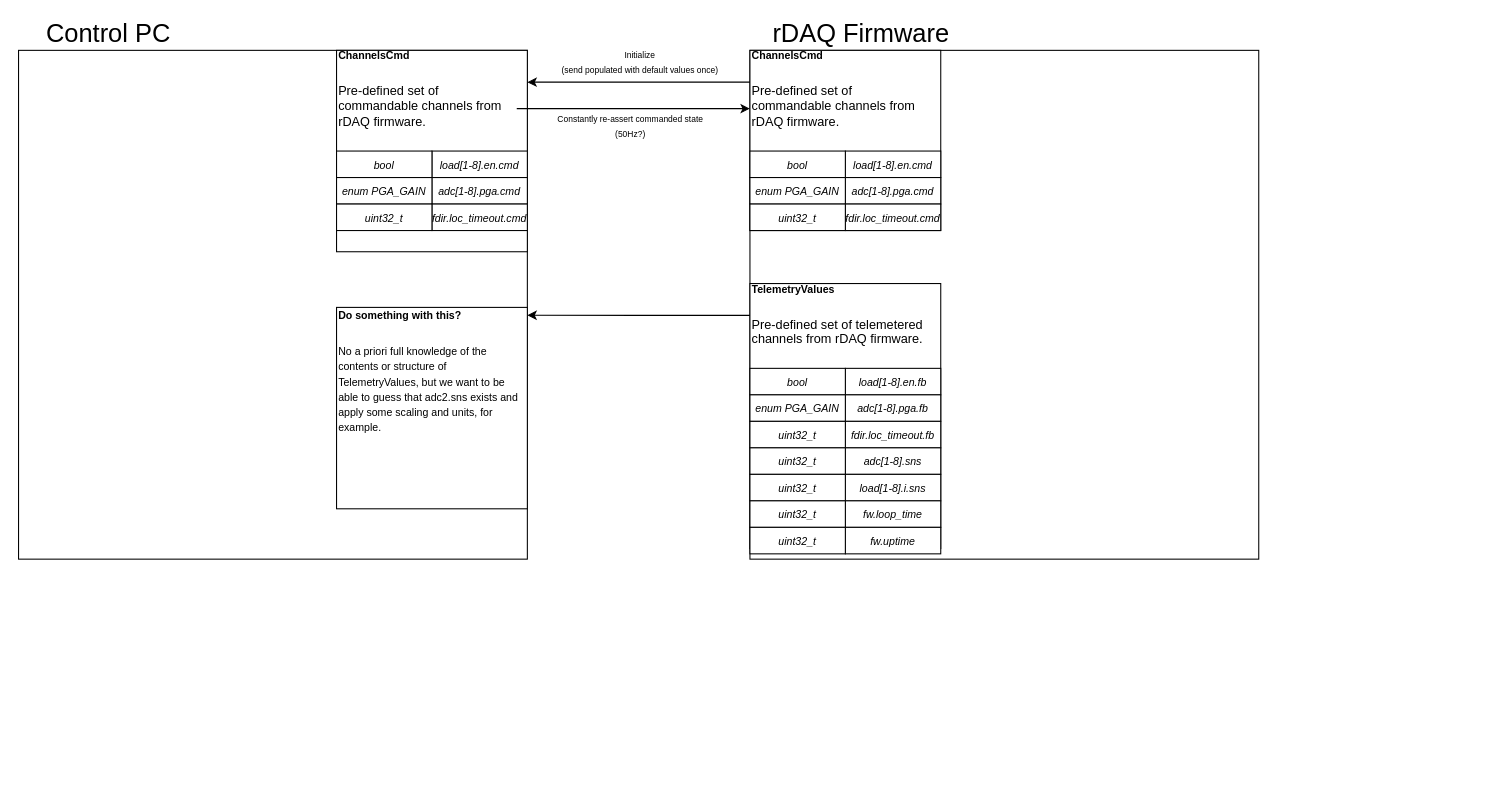
jwsulliv/rDaq_experimental keeps this draw.io diagram as data_interface.drawio. Above is the earlier version. Source tidied: cells renumbered, new cells numbered last; positions are measured from the earlier drawing's top-left corner, leaving out a move shared by most shapes. Both pictures are drawn from the tidied source at 106%, with x=0, y=0 at pixel (18, 18).
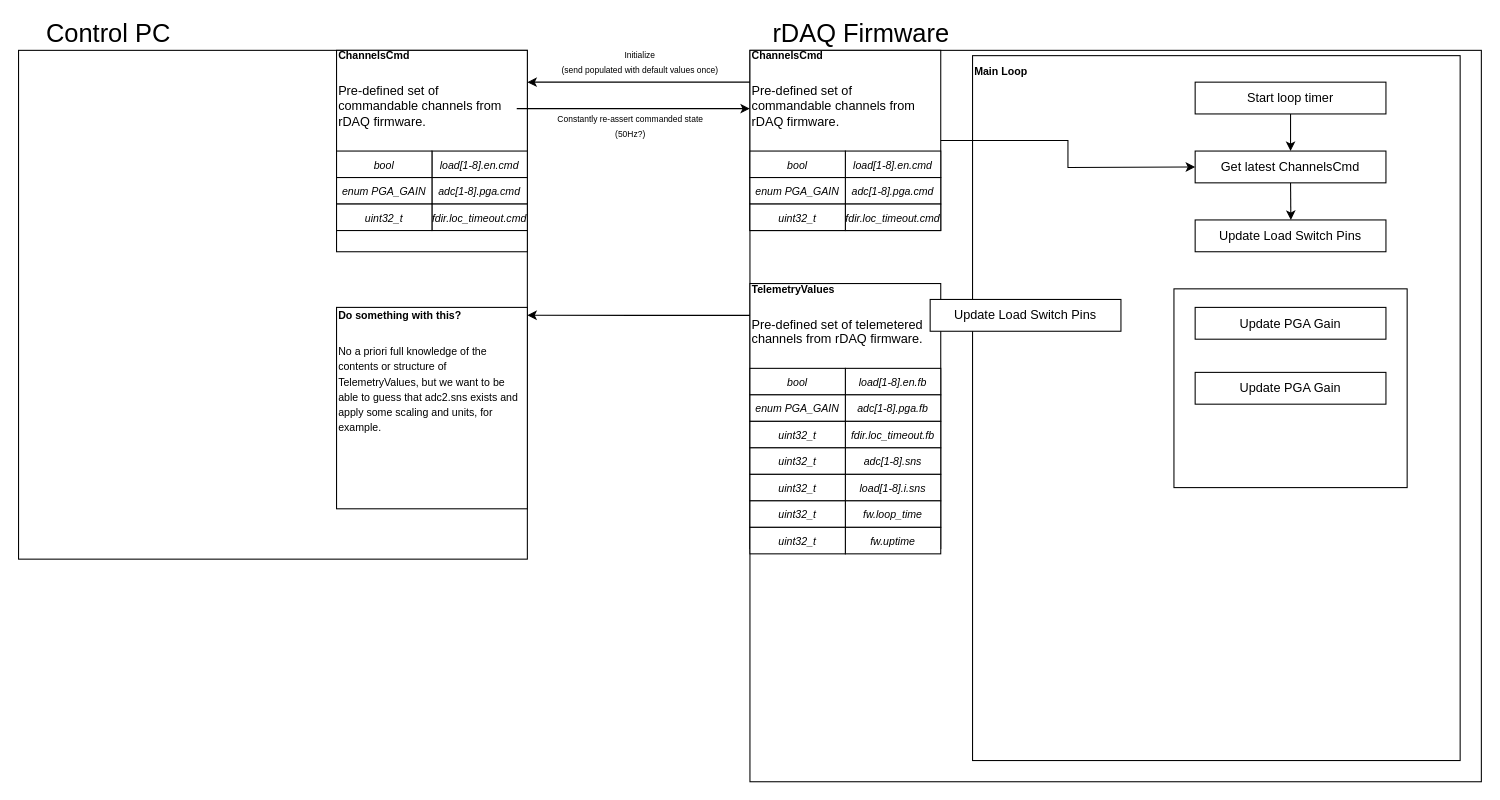
Above is the later version.

The change refers to these unchanged cells:
```xml
<mxCell id="14" style="rounded=0;whiteSpace=wrap;html=1;" parent="1" vertex="1">
  <mxGeometry x="690" y="30" width="180" height="170" as="geometry" />
</mxCell>
```

Diff of the diagram source:
```diff
@@
     <mxCell id="2" style="whiteSpace=wrap;html=1;" parent="1" vertex="1">
-      <mxGeometry x="690" y="30" width="480" height="480" as="geometry" />
+      <mxGeometry x="690" y="30" width="690" height="690" as="geometry" />
     </mxCell>
@@
+    <mxCell id="45" style="rounded=0;whiteSpace=wrap;html=1;" parent="1" vertex="1">
+      <mxGeometry x="900" y="35" width="460" height="665" as="geometry" />
+    </mxCell>
+    <mxCell id="46" value="&lt;h1 style=&quot;margin-top: 0px;&quot;&gt;&lt;font style=&quot;font-size: 10px;&quot;&gt;Main Loop&lt;/font&gt;&lt;/h1&gt;&lt;p&gt;&lt;br&gt;&lt;/p&gt;" style="text;html=1;whiteSpace=wrap;overflow=hidden;rounded=0;" parent="1" vertex="1">
+      <mxGeometry x="900" y="25" width="180" height="100" as="geometry" />
+    </mxCell>
+    <mxCell id="47" style="edgeStyle=orthogonalEdgeStyle;rounded=0;jettySize=auto;html=1;exitX=0.5;exitY=1;exitDx=0;exitDy=0;" parent="1" edge="1" source="48">
+      <mxGeometry relative="1" as="geometry">
+        <mxPoint x="1200.3" y="190" as="targetPoint" />
+      </mxGeometry>
+    </mxCell>
+    <mxCell id="48" value="Get latest ChannelsCmd" style="rounded=0;whiteSpace=wrap;html=1;" parent="1" vertex="1">
+      <mxGeometry x="1110" y="125" width="180" height="30" as="geometry" />
+    </mxCell>
+    <mxCell id="49" style="edgeStyle=orthogonalEdgeStyle;rounded=0;jettySize=auto;html=1;exitX=0.5;exitY=1;exitDx=0;exitDy=0;entryX=0.5;entryY=0;entryDx=0;entryDy=0;" parent="1" edge="1" source="50" target="48">
+      <mxGeometry relative="1" as="geometry" />
+    </mxCell>
+    <mxCell id="50" value="Start loop timer" style="rounded=0;whiteSpace=wrap;html=1;" parent="1" vertex="1">
+      <mxGeometry x="1110" y="60" width="180" height="30" as="geometry" />
+    </mxCell>
+    <mxCell id="51" style="edgeStyle=orthogonalEdgeStyle;rounded=0;jettySize=auto;html=1;exitX=1;exitY=0.5;exitDx=0;exitDy=0;" parent="1" edge="1" source="14">
+      <mxGeometry relative="1" as="geometry">
+        <mxPoint x="1110" y="140" as="targetPoint" />
+      </mxGeometry>
+    </mxCell>
+    <mxCell id="52" value="Update Load Switch Pins" style="rounded=0;whiteSpace=wrap;html=1;" parent="1" vertex="1">
+      <mxGeometry x="1110" y="190" width="180" height="30" as="geometry" />
+    </mxCell>
+    <mxCell id="53" value="Update Load Switch Pins" style="rounded=0;whiteSpace=wrap;html=1;" parent="1" vertex="1">
+      <mxGeometry x="860" y="265" width="180" height="30" as="geometry" />
+    </mxCell>
+    <mxCell id="54" style="rounded=0;whiteSpace=wrap;html=1;" parent="1" vertex="1">
+      <mxGeometry x="1090" y="255" width="220" height="187.5" as="geometry" />
+    </mxCell>
+    <mxCell id="55" value="Update PGA Gain" style="rounded=0;whiteSpace=wrap;html=1;" parent="1" vertex="1">
+      <mxGeometry x="1110" y="272.5" width="180" height="30" as="geometry" />
+    </mxCell>
+    <mxCell id="56" value="Update PGA Gain" style="rounded=0;whiteSpace=wrap;html=1;" parent="1" vertex="1">
+      <mxGeometry x="1110" y="333.8" width="180" height="30" as="geometry" />
+    </mxCell>
```
